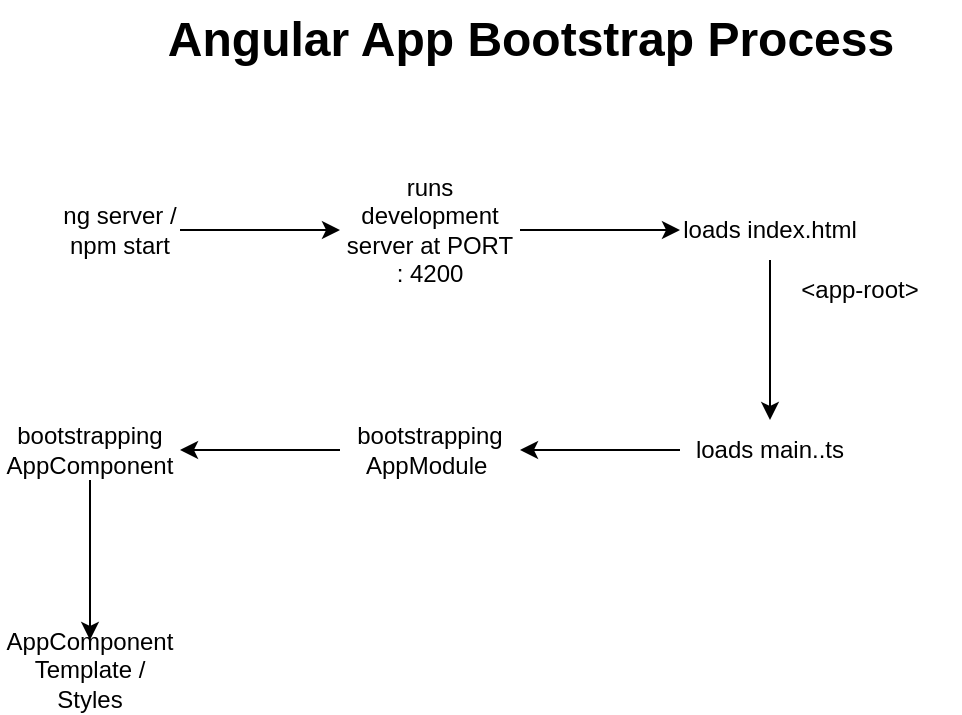
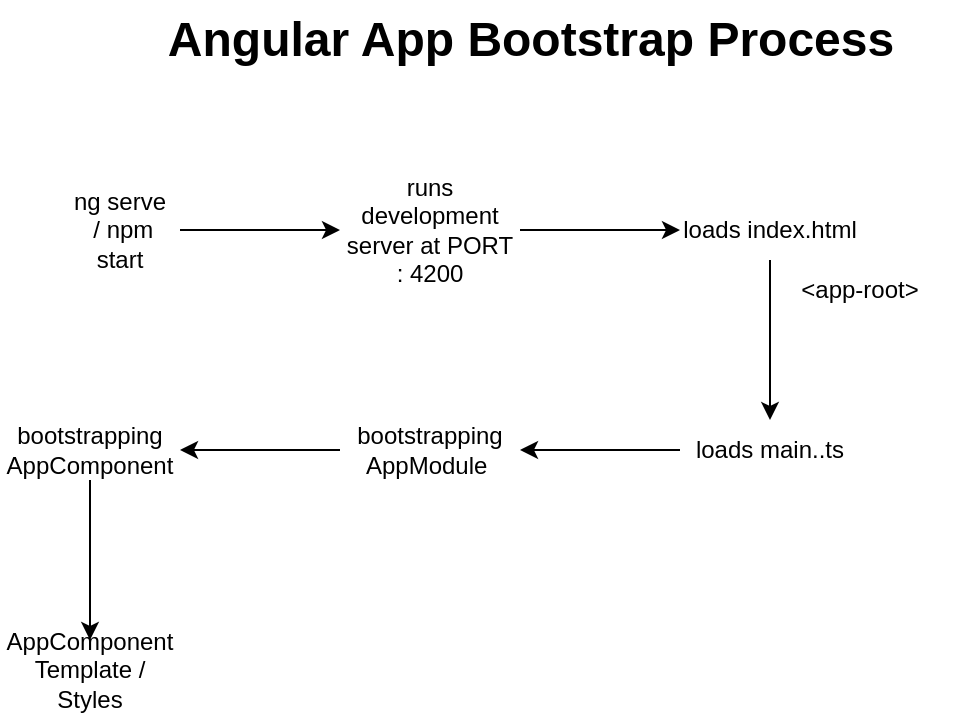
- <mxfile host="app.diagrams.net" agent="Mozilla/5.0 (Macintosh; Intel Mac OS X 10_15_7) AppleWebKit/537.36 (KHTML, like Gecko) Chrome/148.0.0.0 Safari/537.36">
+ <mxfile host="app.diagrams.net" agent="Mozilla/5.0 (Macintosh; Intel Mac OS X 10_15_7) AppleWebKit/537.36 (KHTML, like Gecko) Chrome/148.0.0.0 Safari/537.36" pages="3">
  <diagram name="Page-1" id="1UTz7WRcU-rsn9oAVr92">
    <mxGraphModel dx="566" dy="338" grid="1" gridSize="10" guides="1" tooltips="1" connect="1" arrows="1" fold="1" page="1" pageScale="1" pageWidth="850" pageHeight="1100" math="0" shadow="0">
      <root>
        <mxCell id="0" />
        <mxCell id="1" parent="0" />
        <mxCell id="8-euDCAgZOfYWiMqPwih-2" parent="1" style="text;strokeColor=none;fillColor=none;html=1;fontSize=24;fontStyle=1;verticalAlign=middle;align=center;autosizeText=1;" value="Angular App Bootstrap Process" vertex="1">
          <mxGeometry height="40" width="350" x="290" y="40" as="geometry" />
        </mxCell>
        <mxCell id="8-euDCAgZOfYWiMqPwih-5" edge="1" parent="1" source="8-euDCAgZOfYWiMqPwih-3" style="edgeStyle=orthogonalEdgeStyle;rounded=0;orthogonalLoop=1;jettySize=auto;html=1;" target="8-euDCAgZOfYWiMqPwih-4" value="">
          <mxGeometry relative="1" as="geometry" />
        </mxCell>
-         <mxCell id="8-euDCAgZOfYWiMqPwih-3" parent="1" style="text;html=1;whiteSpace=wrap;strokeColor=none;fillColor=none;align=center;verticalAlign=middle;rounded=0;" value="ng server / npm start" vertex="1">
+         <mxCell id="8-euDCAgZOfYWiMqPwih-3" parent="1" style="text;html=1;whiteSpace=wrap;strokeColor=none;fillColor=none;align=center;verticalAlign=middle;rounded=0;" value="ng serve&lt;div&gt;&amp;nbsp;/ npm start&lt;/div&gt;" vertex="1">
          <mxGeometry height="30" width="60" x="230" y="140" as="geometry" />
        </mxCell>
        <mxCell id="8-euDCAgZOfYWiMqPwih-7" edge="1" parent="1" source="8-euDCAgZOfYWiMqPwih-4" style="edgeStyle=orthogonalEdgeStyle;rounded=0;orthogonalLoop=1;jettySize=auto;html=1;" target="8-euDCAgZOfYWiMqPwih-6" value="">
          <mxGeometry relative="1" as="geometry" />
        </mxCell>
        <mxCell id="8-euDCAgZOfYWiMqPwih-4" parent="1" style="text;html=1;whiteSpace=wrap;strokeColor=none;fillColor=none;align=center;verticalAlign=middle;rounded=0;" value="runs development server at PORT : 4200" vertex="1">
          <mxGeometry height="30" width="90" x="370" y="140" as="geometry" />
        </mxCell>
        <mxCell id="8-euDCAgZOfYWiMqPwih-9" edge="1" parent="1" source="8-euDCAgZOfYWiMqPwih-6" style="edgeStyle=orthogonalEdgeStyle;rounded=0;orthogonalLoop=1;jettySize=auto;html=1;" target="8-euDCAgZOfYWiMqPwih-8" value="">
          <mxGeometry relative="1" as="geometry" />
        </mxCell>
        <mxCell id="8-euDCAgZOfYWiMqPwih-6" parent="1" style="text;html=1;whiteSpace=wrap;strokeColor=none;fillColor=none;align=center;verticalAlign=middle;rounded=0;" value="loads index.html" vertex="1">
          <mxGeometry height="30" width="90" x="540" y="140" as="geometry" />
        </mxCell>
        <mxCell id="8-euDCAgZOfYWiMqPwih-11" edge="1" parent="1" source="8-euDCAgZOfYWiMqPwih-8" style="edgeStyle=orthogonalEdgeStyle;rounded=0;orthogonalLoop=1;jettySize=auto;html=1;" target="8-euDCAgZOfYWiMqPwih-10" value="">
          <mxGeometry relative="1" as="geometry" />
        </mxCell>
        <mxCell id="8-euDCAgZOfYWiMqPwih-8" parent="1" style="text;html=1;whiteSpace=wrap;strokeColor=none;fillColor=none;align=center;verticalAlign=middle;rounded=0;" value="loads main..ts" vertex="1">
          <mxGeometry height="30" width="90" x="540" y="250" as="geometry" />
        </mxCell>
        <mxCell id="8-euDCAgZOfYWiMqPwih-13" edge="1" parent="1" source="8-euDCAgZOfYWiMqPwih-10" style="edgeStyle=orthogonalEdgeStyle;rounded=0;orthogonalLoop=1;jettySize=auto;html=1;" target="8-euDCAgZOfYWiMqPwih-12" value="">
          <mxGeometry relative="1" as="geometry" />
        </mxCell>
        <mxCell id="8-euDCAgZOfYWiMqPwih-10" parent="1" style="text;html=1;whiteSpace=wrap;strokeColor=none;fillColor=none;align=center;verticalAlign=middle;rounded=0;" value="bootstrapping AppModule&amp;nbsp;" vertex="1">
          <mxGeometry height="30" width="90" x="370" y="250" as="geometry" />
        </mxCell>
        <mxCell id="8-euDCAgZOfYWiMqPwih-15" edge="1" parent="1" source="8-euDCAgZOfYWiMqPwih-12" style="edgeStyle=orthogonalEdgeStyle;rounded=0;orthogonalLoop=1;jettySize=auto;html=1;" target="8-euDCAgZOfYWiMqPwih-14" value="">
          <mxGeometry relative="1" as="geometry" />
        </mxCell>
        <mxCell id="8-euDCAgZOfYWiMqPwih-12" parent="1" style="text;html=1;whiteSpace=wrap;strokeColor=none;fillColor=none;align=center;verticalAlign=middle;rounded=0;" value="bootstrapping AppComponent" vertex="1">
          <mxGeometry height="30" width="90" x="200" y="250" as="geometry" />
        </mxCell>
        <mxCell id="8-euDCAgZOfYWiMqPwih-14" parent="1" style="text;html=1;whiteSpace=wrap;strokeColor=none;fillColor=none;align=center;verticalAlign=middle;rounded=0;" value="AppComponent Template / Styles" vertex="1">
          <mxGeometry height="30" width="90" x="200" y="360" as="geometry" />
        </mxCell>
        <mxCell id="8-euDCAgZOfYWiMqPwih-16" parent="1" style="text;html=1;whiteSpace=wrap;strokeColor=none;fillColor=none;align=center;verticalAlign=middle;rounded=0;" value="&amp;lt;app-root&amp;gt;" vertex="1">
          <mxGeometry height="30" width="100" x="580" y="170" as="geometry" />
        </mxCell>
      </root>
    </mxGraphModel>
  </diagram>
+   <diagram id="bGPRN9VNNVu9cJCZrtuc" name="Page-2">
+     <mxGraphModel dx="607" dy="363" grid="1" gridSize="10" guides="1" tooltips="1" connect="1" arrows="1" fold="1" page="1" pageScale="1" pageWidth="850" pageHeight="1100" math="0" shadow="0">
+       <root>
+         <mxCell id="0" />
+         <mxCell id="1" parent="0" />
+         <mxCell id="u2SAy_uZLw9cFr2_aP8k-4" edge="1" parent="1" source="u2SAy_uZLw9cFr2_aP8k-2" style="edgeStyle=orthogonalEdgeStyle;rounded=0;orthogonalLoop=1;jettySize=auto;html=1;exitX=0.5;exitY=0;exitDx=0;exitDy=0;entryX=0.5;entryY=0;entryDx=0;entryDy=0;" target="u2SAy_uZLw9cFr2_aP8k-3">
+           <mxGeometry relative="1" as="geometry">
+             <Array as="points">
+               <mxPoint x="245" y="180" />
+               <mxPoint x="605" y="180" />
+             </Array>
+           </mxGeometry>
+         </mxCell>
+         <mxCell id="u2SAy_uZLw9cFr2_aP8k-2" parent="1" style="rounded=0;whiteSpace=wrap;html=1;" value="TypeScript Class&amp;nbsp;&lt;div&gt;&lt;br&gt;&lt;/div&gt;&lt;div&gt;[Model]&lt;/div&gt;" vertex="1">
+           <mxGeometry height="60" width="120" x="185" y="230" as="geometry" />
+         </mxCell>
+         <mxCell id="u2SAy_uZLw9cFr2_aP8k-6" edge="1" parent="1" source="u2SAy_uZLw9cFr2_aP8k-3" style="edgeStyle=orthogonalEdgeStyle;rounded=0;orthogonalLoop=1;jettySize=auto;html=1;exitX=0.5;exitY=1;exitDx=0;exitDy=0;entryX=0.5;entryY=1;entryDx=0;entryDy=0;" target="u2SAy_uZLw9cFr2_aP8k-2">
+           <mxGeometry relative="1" as="geometry">
+             <Array as="points">
+               <mxPoint x="605" y="350" />
+               <mxPoint x="245" y="350" />
+             </Array>
+           </mxGeometry>
+         </mxCell>
+         <mxCell id="u2SAy_uZLw9cFr2_aP8k-3" parent="1" style="rounded=0;whiteSpace=wrap;html=1;" value="Template / UI" vertex="1">
+           <mxGeometry height="60" width="120" x="545" y="230" as="geometry" />
+         </mxCell>
+         <mxCell id="u2SAy_uZLw9cFr2_aP8k-5" parent="1" style="text;html=1;whiteSpace=wrap;strokeColor=none;fillColor=none;align=center;verticalAlign=middle;rounded=0;" value="[ Property Binding ] / {{ Angular Interpolation }}" vertex="1">
+           <mxGeometry height="30" width="270" x="295" y="140" as="geometry" />
+         </mxCell>
+         <mxCell id="u2SAy_uZLw9cFr2_aP8k-7" parent="1" style="text;html=1;whiteSpace=wrap;strokeColor=none;fillColor=none;align=center;verticalAlign=middle;rounded=0;" value="( Event Binding )" vertex="1">
+           <mxGeometry height="30" width="120" x="375" y="350" as="geometry" />
+         </mxCell>
+         <mxCell id="u2SAy_uZLw9cFr2_aP8k-8" parent="1" style="text;html=1;whiteSpace=wrap;strokeColor=none;fillColor=none;align=center;verticalAlign=middle;rounded=0;fontStyle=1" value="[ ( ngModel ) ] - Banana in the box" vertex="1">
+           <mxGeometry height="60" width="240" x="305" y="390" as="geometry" />
+         </mxCell>
+         <mxCell id="u2SAy_uZLw9cFr2_aP8k-9" parent="1" style="text;strokeColor=none;fillColor=none;html=1;fontSize=26;fontStyle=1;verticalAlign=middle;align=center;autosizeText=1;" value="Data Binding" vertex="1">
+           <mxGeometry height="40" width="160" x="320" y="50" as="geometry" />
+         </mxCell>
+       </root>
+     </mxGraphModel>
+   </diagram>
+   <diagram id="DSNSkls6BvpTR6ClcJ8S" name="Page-3">
+     <mxGraphModel dx="631" dy="377" grid="1" gridSize="10" guides="1" tooltips="1" connect="1" arrows="1" fold="1" page="1" pageScale="1" pageWidth="850" pageHeight="1100" math="0" shadow="0">
+       <root>
+         <mxCell id="0" />
+         <mxCell id="1" parent="0" />
+         <mxCell id="-eCxZ2ZU1lp9y5_6m0WC-1" parent="1" style="rounded=0;whiteSpace=wrap;html=1;" value="Parent Comp" vertex="1">
+           <mxGeometry height="60" width="120" x="360" y="200" as="geometry" />
+         </mxCell>
+         <mxCell id="-eCxZ2ZU1lp9y5_6m0WC-8" edge="1" parent="1" source="-eCxZ2ZU1lp9y5_6m0WC-2" style="edgeStyle=orthogonalEdgeStyle;rounded=0;orthogonalLoop=1;jettySize=auto;html=1;exitX=0.75;exitY=0;exitDx=0;exitDy=0;entryX=1;entryY=1;entryDx=0;entryDy=0;" target="-eCxZ2ZU1lp9y5_6m0WC-3">
+           <mxGeometry relative="1" as="geometry" />
+         </mxCell>
+         <mxCell id="-eCxZ2ZU1lp9y5_6m0WC-2" parent="1" style="rounded=0;whiteSpace=wrap;html=1;" value="Child Comp" vertex="1">
+           <mxGeometry height="60" width="120" x="360" y="440" as="geometry" />
+         </mxCell>
+         <mxCell id="-eCxZ2ZU1lp9y5_6m0WC-5" edge="1" parent="1" source="-eCxZ2ZU1lp9y5_6m0WC-3" style="edgeStyle=orthogonalEdgeStyle;rounded=0;orthogonalLoop=1;jettySize=auto;html=1;exitX=0;exitY=1;exitDx=0;exitDy=0;entryX=0.25;entryY=0;entryDx=0;entryDy=0;" target="-eCxZ2ZU1lp9y5_6m0WC-2">
+           <mxGeometry relative="1" as="geometry" />
+         </mxCell>
+         <mxCell id="-eCxZ2ZU1lp9y5_6m0WC-3" parent="1" style="text;html=1;whiteSpace=wrap;strokeColor=none;fillColor=none;align=center;verticalAlign=middle;rounded=0;" value="Model" vertex="1">
+           <mxGeometry height="30" width="60" x="390" y="230" as="geometry" />
+         </mxCell>
+         <mxCell id="-eCxZ2ZU1lp9y5_6m0WC-6" parent="1" style="text;html=1;whiteSpace=wrap;strokeColor=none;fillColor=none;align=center;verticalAlign=middle;rounded=0;" value="Property Binding Syntax" vertex="1">
+           <mxGeometry height="30" width="60" x="250" y="220" as="geometry" />
+         </mxCell>
+         <mxCell id="-eCxZ2ZU1lp9y5_6m0WC-7" parent="1" style="text;html=1;whiteSpace=wrap;strokeColor=none;fillColor=none;align=center;verticalAlign=middle;rounded=0;" value="@Input()" vertex="1">
+           <mxGeometry height="30" width="60" x="250" y="450" as="geometry" />
+         </mxCell>
+         <mxCell id="-eCxZ2ZU1lp9y5_6m0WC-9" parent="1" style="text;html=1;whiteSpace=wrap;strokeColor=none;fillColor=none;align=center;verticalAlign=middle;rounded=0;" value="Event Binding Syntax" vertex="1">
+           <mxGeometry height="30" width="60" x="510" y="215" as="geometry" />
+         </mxCell>
+         <mxCell id="-eCxZ2ZU1lp9y5_6m0WC-10" parent="1" style="text;html=1;whiteSpace=wrap;strokeColor=none;fillColor=none;align=center;verticalAlign=middle;rounded=0;" value="@Output() + EventEmitter" vertex="1">
+           <mxGeometry height="30" width="60" x="510" y="455" as="geometry" />
+         </mxCell>
+         <mxCell id="-eCxZ2ZU1lp9y5_6m0WC-12" parent="1" style="text;strokeColor=none;fillColor=none;html=1;fontSize=26;fontStyle=1;verticalAlign=middle;align=center;autosizeText=1;" value="Nested Component Communication" vertex="1">
+           <mxGeometry height="40" width="420" x="210" y="100" as="geometry" />
+         </mxCell>
+       </root>
+     </mxGraphModel>
+   </diagram>
</mxfile>
